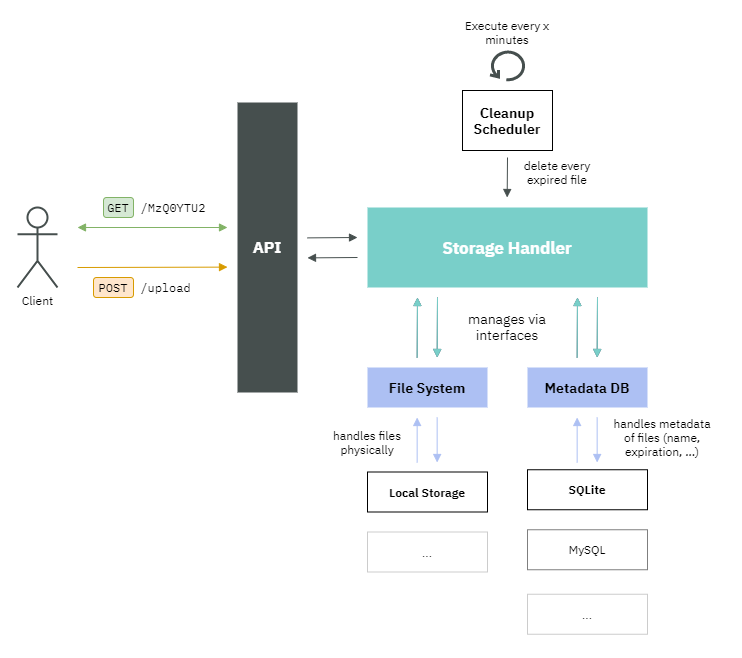
Before: .github/assets/aqua_structure.png, a diagram exported from draw.io (Superioz/aqua). Source tidied: cells renumbered, new cells last; positions are measured from the earlier drawing's top-left corner, leaving out a move shared by most shapes.
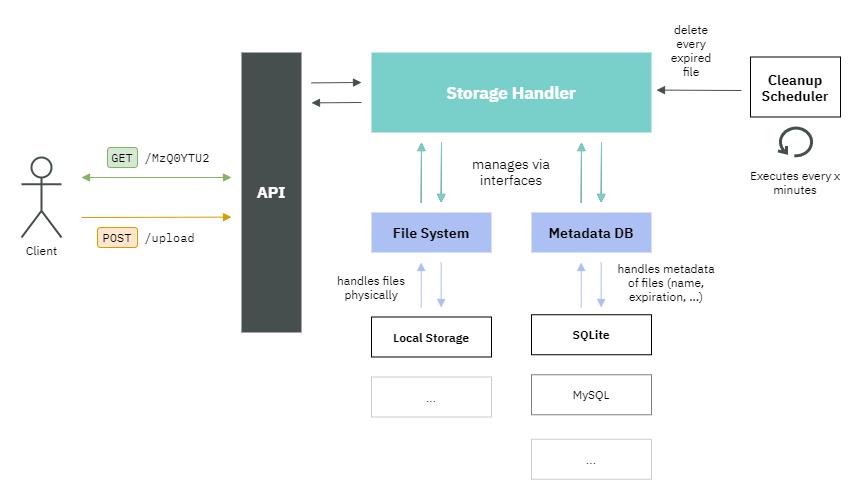
Later version of the same file.

The edit, as a diff of the source:
```diff
@@ -3,7 +3,7 @@
     <mxCell id="0" />
     <mxCell id="1" parent="0" />
     <mxCell id="2" value="API" style="rounded=0;whiteSpace=wrap;html=1;strokeColor=none;fontSize=16;fontFamily=IBM Plex Sans;fontColor=#FFFFFF;fontStyle=1;fillColor=#464F4E;" parent="1" vertex="1">
-      <mxGeometry x="220" y="85" width="60" height="290" as="geometry" />
+      <mxGeometry x="220" y="190" width="60" height="280" as="geometry" />
     </mxCell>
     <mxCell id="3" value="File System" style="rounded=0;whiteSpace=wrap;html=1;fontFamily=IBM Plex Sans;fontSize=14;fillColor=#ADC0F3;strokeColor=none;fontStyle=1;" parent="1" vertex="1">
       <mxGeometry x="350" y="350" width="120" height="40" as="geometry" />
@@ -27,7 +27,7 @@
       <mxGeometry x="350" y="514.5" width="120" height="40" as="geometry" />
     </mxCell>
     <mxCell id="10" value="Cleanup Scheduler" style="rounded=0;whiteSpace=wrap;html=1;fontFamily=IBM Plex Sans;fontSize=14;fontStyle=1;" parent="1" vertex="1">
-      <mxGeometry x="445" y="73" width="90" height="60" as="geometry" />
+      <mxGeometry x="729" y="194.5" width="90" height="60" as="geometry" />
     </mxCell>
     <mxCell id="11" value="Storage Handler" style="rounded=0;whiteSpace=wrap;html=1;fontFamily=IBM Plex Sans;fontSize=17;strokeColor=none;fontColor=#FFFFFF;fontStyle=1;fillColor=#79CFC9;" parent="1" vertex="1">
       <mxGeometry x="350" y="190" width="280" height="80" as="geometry" />
@@ -58,12 +58,12 @@
     </mxCell>
     <mxCell id="16" style="endArrow=block;html=1;endFill=1;startArrow=block;startFill=1;fillColor=#d5e8d4;strokeColor=#82b366;" parent="1" edge="1">
       <mxGeometry relative="1" as="geometry">
-        <mxPoint x="60" y="210" as="sourcePoint" />
-        <mxPoint x="210" y="210" as="targetPoint" />
+        <mxPoint x="60" y="315" as="sourcePoint" />
+        <mxPoint x="210" y="315" as="targetPoint" />
       </mxGeometry>
     </mxCell>
     <mxCell id="17" value="/MzQ0YTU2" style="text;html=1;strokeColor=none;fillColor=none;align=center;verticalAlign=middle;whiteSpace=wrap;rounded=0;fontFamily=IBM Plex Mono;" parent="1" vertex="1">
-      <mxGeometry x="121" y="180" width="70" height="20" as="geometry" />
+      <mxGeometry x="121" y="285" width="70" height="20" as="geometry" />
     </mxCell>
     <mxCell id="18" style="endArrow=block;html=1;endFill=1;startArrow=none;startFill=0;fillColor=#d5e8d4;strokeColor=#464F4E;" parent="1" edge="1">
       <mxGeometry relative="1" as="geometry">
@@ -73,24 +73,24 @@
     </mxCell>
     <mxCell id="19" style="endArrow=block;html=1;endFill=1;strokeColor=#464F4E;" parent="1" edge="1">
       <mxGeometry relative="1" as="geometry">
-        <mxPoint x="490" y="140" as="sourcePoint" />
-        <mxPoint x="489.7" y="180" as="targetPoint" />
+        <mxPoint x="720" y="228" as="sourcePoint" />
+        <mxPoint x="635" y="227.6" as="targetPoint" />
       </mxGeometry>
     </mxCell>
     <mxCell id="20" style="shape=mxgraph.bpmn.loop;html=1;strokeWidth=3;fontStyle=0;strokeColor=#464F4E;" parent="1" vertex="1">
-      <mxGeometry x="472.5" y="33" width="35" height="30" as="geometry" />
+      <mxGeometry x="756.5" y="264" width="35" height="30" as="geometry" />
     </mxCell>
-    <mxCell id="21" value="Execute every x minutes" style="text;html=1;strokeColor=none;fillColor=none;align=center;verticalAlign=middle;whiteSpace=wrap;rounded=0;fontFamily=IBM Plex Sans;" parent="1" vertex="1">
-      <mxGeometry x="440" width="100" height="30" as="geometry" />
+    <mxCell id="21" value="Executes every x minutes" style="text;html=1;strokeColor=none;fillColor=none;align=center;verticalAlign=middle;whiteSpace=wrap;rounded=0;fontFamily=IBM Plex Sans;" parent="1" vertex="1">
+      <mxGeometry x="724" y="305" width="100" height="30" as="geometry" />
     </mxCell>
     <mxCell id="22" style="endArrow=block;html=1;endFill=1;startArrow=none;startFill=0;strokeColor=#d79b00;fillColor=#ffe6cc;" parent="1" edge="1">
       <mxGeometry relative="1" as="geometry">
-        <mxPoint x="60" y="250" as="sourcePoint" />
-        <mxPoint x="210" y="249.6" as="targetPoint" />
+        <mxPoint x="60" y="355" as="sourcePoint" />
+        <mxPoint x="210" y="354.6" as="targetPoint" />
       </mxGeometry>
     </mxCell>
     <mxCell id="23" value="/upload" style="text;html=1;strokeColor=none;fillColor=none;align=center;verticalAlign=middle;whiteSpace=wrap;rounded=0;fontFamily=IBM Plex Mono;" parent="1" vertex="1">
-      <mxGeometry x="121" y="260" width="55" height="20" as="geometry" />
+      <mxGeometry x="121" y="365" width="55" height="20" as="geometry" />
     </mxCell>
     <mxCell id="24" style="endArrow=block;html=1;endFill=1;startArrow=none;startFill=0;fillColor=#ffe6cc;strokeColor=#464F4E;" parent="1" edge="1">
       <mxGeometry relative="1" as="geometry">
@@ -99,16 +99,16 @@
       </mxGeometry>
     </mxCell>
     <mxCell id="25" value="delete every expired file" style="text;html=1;strokeColor=none;fillColor=none;align=center;verticalAlign=middle;whiteSpace=wrap;rounded=0;fontFamily=IBM Plex Sans;" parent="1" vertex="1">
-      <mxGeometry x="500" y="140" width="80" height="30" as="geometry" />
+      <mxGeometry x="640" y="158" width="60" height="60" as="geometry" />
     </mxCell>
     <mxCell id="26" value="GET" style="rounded=1;whiteSpace=wrap;html=1;strokeWidth=1;fontFamily=IBM Plex Mono;fillColor=#d5e8d4;strokeColor=#82b366;" parent="1" vertex="1">
-      <mxGeometry x="86" y="180" width="30" height="20" as="geometry" />
+      <mxGeometry x="86" y="285" width="30" height="20" as="geometry" />
     </mxCell>
     <mxCell id="27" value="POST" style="rounded=1;whiteSpace=wrap;html=1;strokeWidth=1;fontFamily=IBM Plex Mono;fillColor=#ffe6cc;strokeColor=#d79b00;" parent="1" vertex="1">
-      <mxGeometry x="76" y="260" width="40" height="20" as="geometry" />
+      <mxGeometry x="76" y="365" width="40" height="20" as="geometry" />
     </mxCell>
     <mxCell id="28" value="Client" style="shape=umlActor;verticalLabelPosition=bottom;verticalAlign=top;html=1;rounded=1;strokeWidth=2;strokeColor=#464F4E;fontFamily=IBM Plex Sans;" parent="1" vertex="1">
-      <mxGeometry y="190" width="40" height="80" as="geometry" />
+      <mxGeometry y="295" width="40" height="80" as="geometry" />
     </mxCell>
     <mxCell id="29" style="endArrow=block;html=1;endFill=1;strokeColor=#79CFC9;" parent="1" edge="1">
       <mxGeometry relative="1" as="geometry">
```
